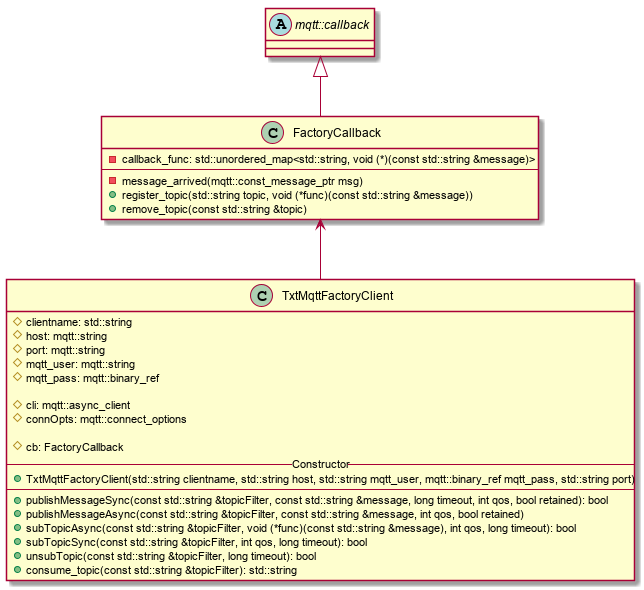
The PlantUML diagram documentation/mqtt_client.png in SchmidJoel/FischertechnikTXTApi, before a commit.
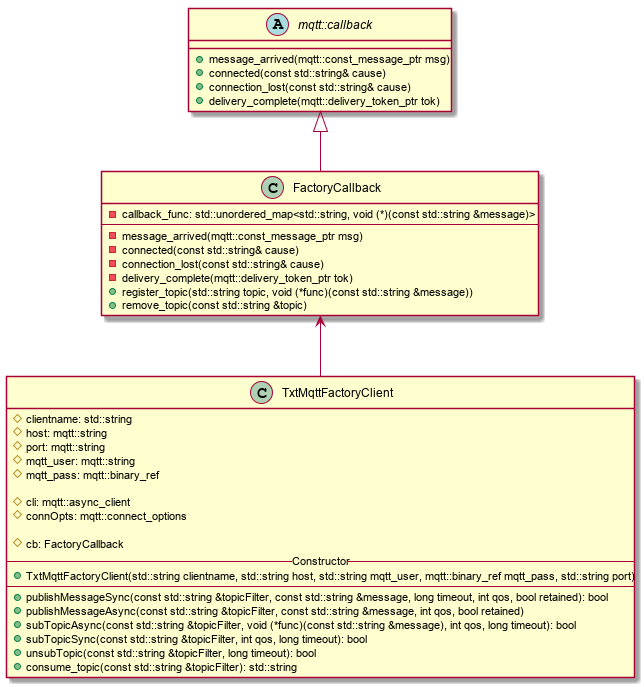
The same file after the commit.

Change to the diagram source:
```diff
@@ -25,11 +25,19 @@
     -callback_func: std::unordered_map<std::string, void (*)(const std::string &message)>
     ----
     -message_arrived(mqtt::const_message_ptr msg)
+    -connected(const std::string& cause)
+    -connection_lost(const std::string& cause)
+    -delivery_complete(mqtt::delivery_token_ptr tok)
     +register_topic(std::string topic, void (*func)(const std::string &message))
     +remove_topic(const std::string &topic)
 }
 
-abstract class mqtt::callback
+abstract class mqtt::callback {
+    +message_arrived(mqtt::const_message_ptr msg)
+    +connected(const std::string& cause)
+    +connection_lost(const std::string& cause)
+    +delivery_complete(mqtt::delivery_token_ptr tok)
+}
 
 mqtt::callback <|-- FactoryCallback
 
```
